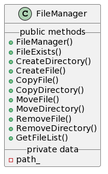
Above: doc/design/class graph.png in lxl3333/httplib (PlantUML), before the change.
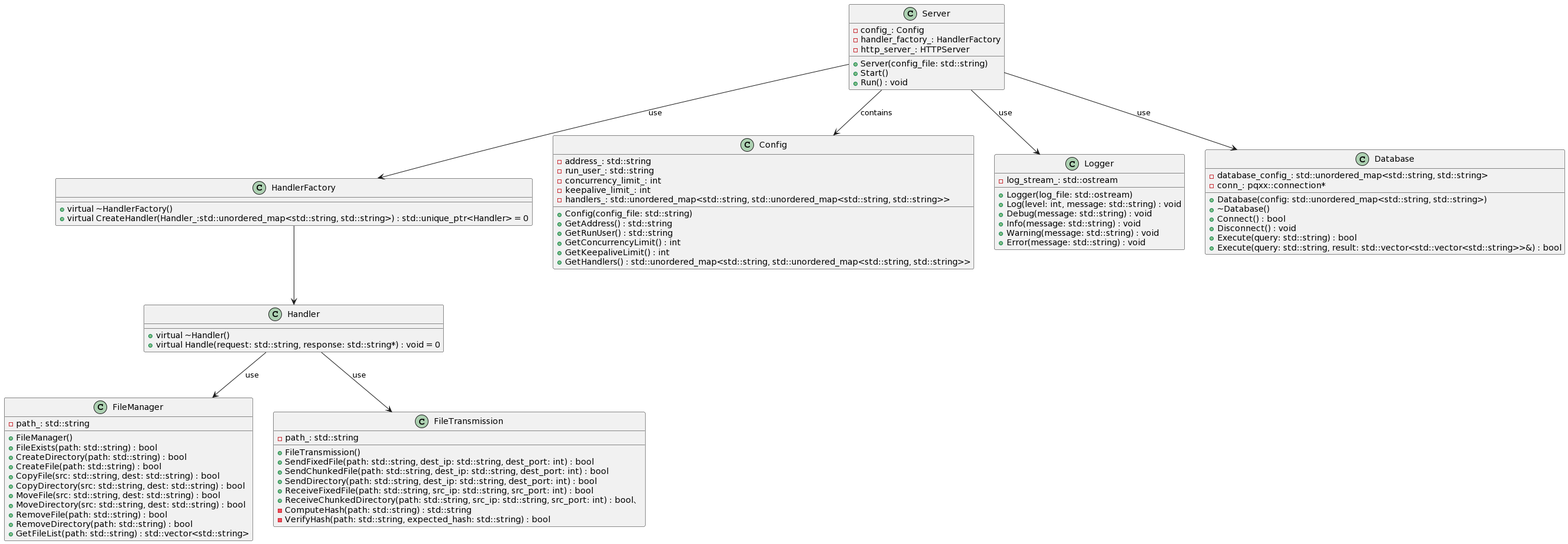
After the change.

Commit message:
修改服务器客户端类图

Diff of the diagram source:
```diff
@@ -1,19 +1,92 @@
 @startuml
-class FileManager
-{
-__public methods__
+class FileManager {
   +FileManager()
-  +FileExists()
-  +CreateDirectory()
-  +CreateFile()
-  +CopyFile()
-  +CopyDirectory()
-  +MoveFile()
-  +MoveDirectory()
-  +RemoveFile()
-  +RemoveDirectory()
-  +GetFileList()
-__private data__
-  -path_
+  +FileExists(path: std::string) : bool
+  +CreateDirectory(path: std::string) : bool
+  +CreateFile(path: std::string) : bool
+  +CopyFile(src: std::string, dest: std::string) : bool
+  +CopyDirectory(src: std::string, dest: std::string) : bool
+  +MoveFile(src: std::string, dest: std::string) : bool
+  +MoveDirectory(src: std::string, dest: std::string) : bool
+  +RemoveFile(path: std::string) : bool
+  +RemoveDirectory(path: std::string) : bool
+  +GetFileList(path: std::string) : std::vector<std::string>
+  -path_: std::string
 }
+
+class FileTransmission {
+  +FileTransmission()
+  +SendFixedFile(path: std::string, dest_ip: std::string, dest_port: int) : bool
+  +SendChunkedFile(path: std::string, dest_ip: std::string, dest_port: int) : bool
+  +SendDirectory(path: std::string, dest_ip: std::string, dest_port: int) : bool
+  +ReceiveFixedFile(path: std::string, src_ip: std::string, src_port: int) : bool
+  +ReceiveChunkedDirectory(path: std::string, src_ip: std::string, src_port: int) : bool、
+  -ComputeHash(path: std::string) : std::string
+  -VerifyHash(path: std::string, expected_hash: std::string) : bool
+  -path_: std::string
+}
+
+class Handler {
+  +virtual ~Handler()
+  +virtual Handle(request: std::string, response: std::string*) : void = 0
+}
+
+class HandlerFactory {
+  +virtual ~HandlerFactory()
+  +virtual CreateHandler(Handler_:std::unordered_map<std::string, std::string>) : std::unique_ptr<Handler> = 0
+}
+
+class Config {
+  +Config(config_file: std::string)
+  +GetAddress() : std::string
+  +GetRunUser() : std::string
+  +GetConcurrencyLimit() : int
+  +GetKeepaliveLimit() : int
+  +GetHandlers() : std::unordered_map<std::string, std::unordered_map<std::string, std::string>>
+  -address_: std::string
+  -run_user_: std::string
+  -concurrency_limit_: int
+  -keepalive_limit_: int
+  -handlers_: std::unordered_map<std::string, std::unordered_map<std::string, std::string>>
+}
+
+class Logger {
+  +Logger(log_file: std::ostream)
+  +Log(level: int, message: std::string) : void
+  +Debug(message: std::string) : void
+  +Info(message: std::string) : void
+  +Warning(message: std::string) : void
+  +Error(message: std::string) : void
+  -log_stream_: std::ostream
+}
+
+
+class Database {
+  +Database(config: std::unordered_map<std::string, std::string>)
+  +~Database()
+  +Connect() : bool
+  +Disconnect() : void
+  +Execute(query: std::string) : bool
+  +Execute(query: std::string, result: std::vector<std::vector<std::string>>&) : bool
+  -database_config_: std::unordered_map<std::string, std::string>
+  -conn_: pqxx::connection*
+}
+
+class Server {
+  +Server(config_file: std::string)
+  +Start()
+  +Run() : void
+  -config_: Config
+  -handler_factory_: HandlerFactory
+  -http_server_: HTTPServer
+}
+
+
+Server --> Config :contains
+Server --> HandlerFactory :use
+Server --> Logger :use
+Server --> Database :use
+HandlerFactory --> Handler
+Handler --> FileManager :use
+Handler --> FileTransmission :use
 @enduml
```
